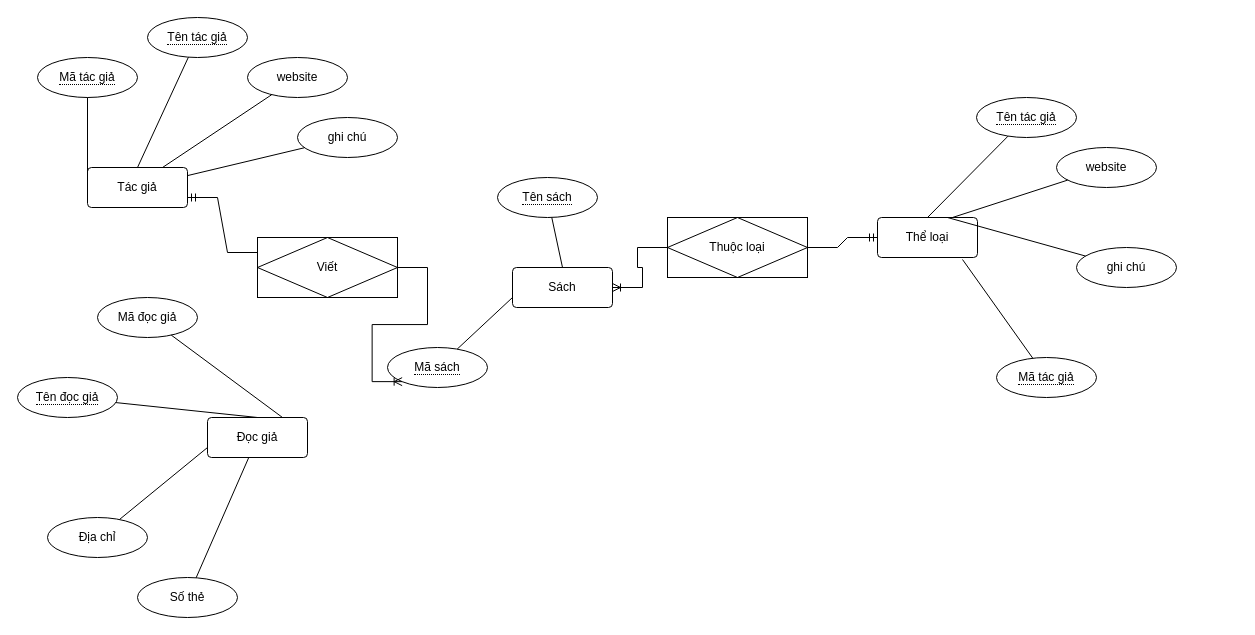
Earlier version of the draw.io diagram Biểu đồ không có tiêu đề.drawio (NhanNgocThach/Data_library). Source tidied: cells renumbered, new cells numbered last; positions are measured from the earlier drawing's top-left corner, leaving out a move shared by most shapes. Both pictures are drawn from the tidied source at 100%, with x=0, y=0 at pixel (17, 17).
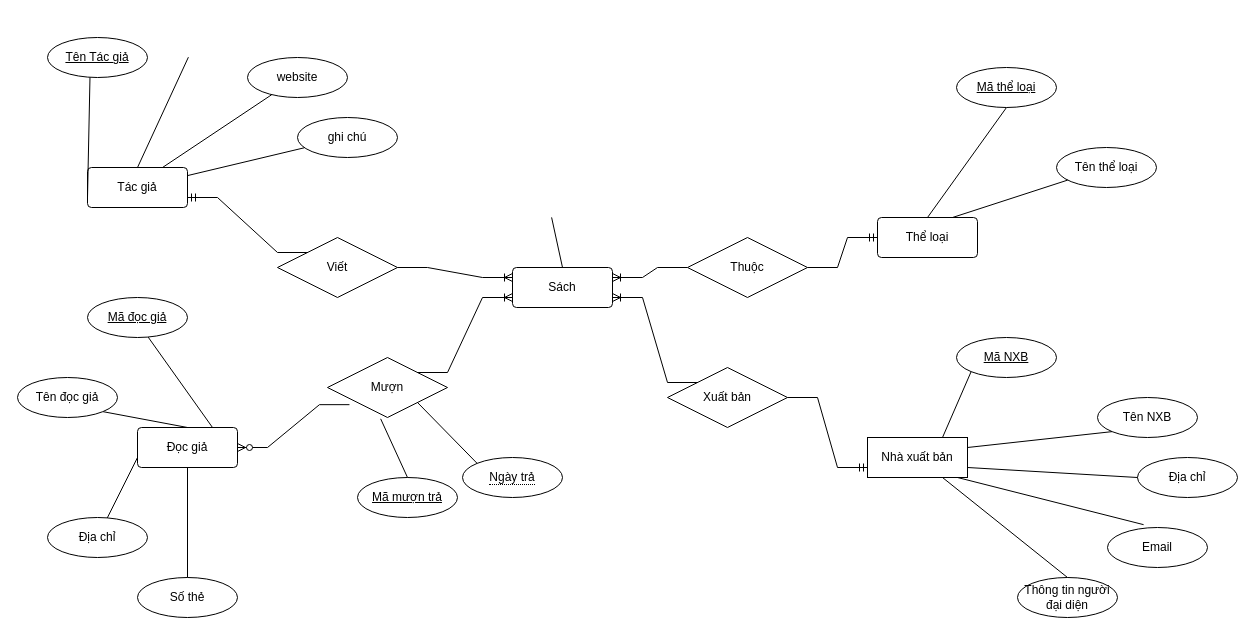
The same diagram, later.

Commit message:
Cập nhật Biểu đồ không có tiêu đề.drawio

The change refers to these unchanged cells:
```xml
<mxCell id="2" value="Tác giả" style="rounded=1;arcSize=10;whiteSpace=wrap;html=1;align=center;" parent="1" vertex="1">
  <mxGeometry x="70" y="150" width="100" height="40" as="geometry" />
</mxCell>
<mxCell id="11" value="Sách" style="rounded=1;arcSize=10;whiteSpace=wrap;html=1;align=center;" parent="1" vertex="1">
  <mxGeometry x="495" y="250" width="100" height="40" as="geometry" />
</mxCell>
<mxCell id="25" value="Thể loại" style="rounded=1;arcSize=10;whiteSpace=wrap;html=1;align=center;" parent="1" vertex="1">
  <mxGeometry x="860" y="200" width="100" height="40" as="geometry" />
</mxCell>
```

Diff of the diagram source:
```diff
@@
-    <mxCell id="4" value="&lt;span style=&quot;border-bottom: 1px dotted&quot;&gt;Tên tác giả&lt;/span&gt;" style="ellipse;whiteSpace=wrap;html=1;align=center;" parent="1" vertex="1">
-      <mxGeometry x="130" width="100" height="40" as="geometry" />
-    </mxCell>
-    <mxCell id="5" value="&lt;span style=&quot;border-bottom: 1px dotted&quot;&gt;Mã tác giả&lt;/span&gt;" style="ellipse;whiteSpace=wrap;html=1;align=center;" parent="1" vertex="1">
-      <mxGeometry x="20" y="40" width="100" height="40" as="geometry" />
-    </mxCell>
@@
-    <mxCell id="7" style="endArrow=none;html=1;rounded=0;entryX=0;entryY=0.75;entryDx=0;entryDy=0;" parent="1" edge="1" source="5" target="2">
+    <mxCell id="7" style="endArrow=none;html=1;rounded=0;entryX=0;entryY=0.75;entryDx=0;entryDy=0;exitX=0.425;exitY=0.974;exitDx=0;exitDy=0;exitPerimeter=0;" parent="1" edge="1" source="46" target="2">
       <mxGeometry relative="1" as="geometry" />
     </mxCell>
@@
-    <mxCell id="9" style="endArrow=none;html=1;rounded=0;exitX=0.5;exitY=0;exitDx=0;exitDy=0;" parent="1" edge="1" source="2" target="4">
-      <mxGeometry relative="1" as="geometry" />
+    <mxCell id="9" style="endArrow=none;html=1;rounded=0;exitX=0.5;exitY=0;exitDx=0;exitDy=0;" parent="1" edge="1" source="2">
+      <mxGeometry relative="1" as="geometry">
+        <mxPoint x="170.9" y="39.7" as="targetPoint" />
+      </mxGeometry>
     </mxCell>
@@
-    <mxCell id="12" value="&lt;span style=&quot;border-bottom: 1px dotted&quot;&gt;Tên sách&lt;/span&gt;" style="ellipse;whiteSpace=wrap;html=1;align=center;" parent="1" vertex="1">
-      <mxGeometry x="480" y="160" width="100" height="40" as="geometry" />
-    </mxCell>
-    <mxCell id="13" value="&lt;span style=&quot;border-bottom: 1px dotted&quot;&gt;Mã sách&lt;/span&gt;" style="ellipse;whiteSpace=wrap;html=1;align=center;" parent="1" vertex="1">
-      <mxGeometry x="370" y="330" width="100" height="40" as="geometry" />
-    </mxCell>
-    <mxCell id="14" style="endArrow=none;html=1;rounded=0;entryX=0;entryY=0.75;entryDx=0;entryDy=0;" parent="1" edge="1" source="13" target="11">
-      <mxGeometry relative="1" as="geometry" />
-    </mxCell>
-    <mxCell id="15" style="endArrow=none;html=1;rounded=0;exitX=0.5;exitY=0;exitDx=0;exitDy=0;" parent="1" edge="1" source="11" target="12">
-      <mxGeometry relative="1" as="geometry" />
+    <mxCell id="15" style="endArrow=none;html=1;rounded=0;exitX=0.5;exitY=0;exitDx=0;exitDy=0;" parent="1" edge="1" source="11">
+      <mxGeometry relative="1" as="geometry">
+        <mxPoint x="534.1" y="199.9" as="targetPoint" />
+      </mxGeometry>
     </mxCell>
     <mxCell id="16" value="Đọc giả" style="rounded=1;arcSize=10;whiteSpace=wrap;html=1;align=center;" parent="1" vertex="1">
-      <mxGeometry x="190" y="400" width="100" height="40" as="geometry" />
+      <mxGeometry x="120" y="410" width="100" height="40" as="geometry" />
     </mxCell>
-    <mxCell id="17" value="Mã đọc giả" style="ellipse;whiteSpace=wrap;html=1;align=center;" parent="1" vertex="1">
-      <mxGeometry x="80" y="280" width="100" height="40" as="geometry" />
-    </mxCell>
-    <mxCell id="18" value="&lt;span style=&quot;border-bottom: 1px dotted&quot;&gt;Tên đọc giả&lt;/span&gt;" style="ellipse;whiteSpace=wrap;html=1;align=center;" parent="1" vertex="1">
-      <mxGeometry y="360" width="100" height="40" as="geometry" />
-    </mxCell>
@@
-    <mxCell id="23" style="endArrow=none;html=1;rounded=0;exitX=0.5;exitY=0;exitDx=0;exitDy=0;" parent="1" edge="1" source="16" target="18">
+    <mxCell id="23" style="endArrow=none;html=1;rounded=0;exitX=0.5;exitY=0;exitDx=0;exitDy=0;entryX=1;entryY=1;entryDx=0;entryDy=0;" parent="1" edge="1" source="16" target="18">
       <mxGeometry relative="1" as="geometry" />
     </mxCell>
-    <mxCell id="24" style="endArrow=none;html=1;rounded=0;exitX=0.75;exitY=0;exitDx=0;exitDy=0;" parent="1" edge="1" source="16" target="17">
+    <mxCell id="24" style="endArrow=none;html=1;rounded=0;exitX=0.75;exitY=0;exitDx=0;exitDy=0;entryX=0.602;entryY=0.974;entryDx=0;entryDy=0;entryPerimeter=0;" parent="1" edge="1" source="16" target="17">
       <mxGeometry relative="1" as="geometry" />
     </mxCell>
@@
-    <mxCell id="26" value="website" style="ellipse;whiteSpace=wrap;html=1;align=center;" parent="1" vertex="1">
+    <mxCell id="26" value="Tên thể loại" style="ellipse;whiteSpace=wrap;html=1;align=center;" parent="1" vertex="1">
       <mxGeometry x="1039" y="130" width="100" height="40" as="geometry" />
     </mxCell>
-    <mxCell id="27" value="&lt;span style=&quot;border-bottom: 1px dotted&quot;&gt;Tên tác giả&lt;/span&gt;" style="ellipse;whiteSpace=wrap;html=1;align=center;" parent="1" vertex="1">
-      <mxGeometry x="959" y="80" width="100" height="40" as="geometry" />
-    </mxCell>
-    <mxCell id="28" value="&lt;span style=&quot;border-bottom: 1px dotted&quot;&gt;Mã tác giả&lt;/span&gt;" style="ellipse;whiteSpace=wrap;html=1;align=center;" parent="1" vertex="1">
-      <mxGeometry x="979" y="340" width="100" height="40" as="geometry" />
-    </mxCell>
-    <mxCell id="29" value="ghi chú" style="ellipse;whiteSpace=wrap;html=1;align=center;" parent="1" vertex="1">
-      <mxGeometry x="1059" y="230" width="100" height="40" as="geometry" />
-    </mxCell>
-    <mxCell id="30" style="endArrow=none;html=1;rounded=0;entryX=0.85;entryY=1.05;entryDx=0;entryDy=0;entryPerimeter=0;" parent="1" edge="1" source="28" target="25">
-      <mxGeometry relative="1" as="geometry" />
-    </mxCell>
-    <mxCell id="31" style="endArrow=none;html=1;rounded=0;" parent="1" edge="1" target="29">
-      <mxGeometry relative="1" as="geometry">
-        <mxPoint x="930" y="200" as="sourcePoint" />
-      </mxGeometry>
-    </mxCell>
-    <mxCell id="32" style="endArrow=none;html=1;rounded=0;exitX=0.5;exitY=0;exitDx=0;exitDy=0;" parent="1" edge="1" source="25" target="27">
+    <mxCell id="32" style="endArrow=none;html=1;rounded=0;exitX=0.5;exitY=0;exitDx=0;exitDy=0;entryX=0.5;entryY=1;entryDx=0;entryDy=0;" parent="1" edge="1" source="25" target="47">
       <mxGeometry relative="1" as="geometry" />
     </mxCell>
@@
-    <mxCell id="34" value="Viết" style="shape=associativeEntity;whiteSpace=wrap;html=1;align=center;" parent="1" vertex="1">
-      <mxGeometry x="240" y="220" width="140" height="60" as="geometry" />
-    </mxCell>
-    <mxCell id="35" style="edgeStyle=entityRelationEdgeStyle;fontSize=12;html=1;endArrow=ERoneToMany;rounded=0;entryX=0;entryY=1;entryDx=0;entryDy=0;exitX=1;exitY=0.5;exitDx=0;exitDy=0;" parent="1" edge="1" source="34" target="13">
-      <mxGeometry relative="1" as="geometry" />
-    </mxCell>
-    <mxCell id="36" style="edgeStyle=entityRelationEdgeStyle;fontSize=12;html=1;endArrow=ERmandOne;rounded=0;exitX=0;exitY=0.25;exitDx=0;exitDy=0;entryX=1;entryY=0.75;entryDx=0;entryDy=0;" parent="1" edge="1" source="34" target="2">
+    <mxCell id="36" style="edgeStyle=entityRelationEdgeStyle;fontSize=12;html=1;endArrow=ERmandOne;rounded=0;exitX=0;exitY=0;exitDx=0;exitDy=0;entryX=1;entryY=0.75;entryDx=0;entryDy=0;" parent="1" edge="1" source="34" target="2">
       <mxGeometry relative="1" as="geometry" />
     </mxCell>
-    <mxCell id="37" value="Thuộc loại" style="shape=associativeEntity;whiteSpace=wrap;html=1;align=center;" parent="1" vertex="1">
-      <mxGeometry x="650" y="200" width="140" height="60" as="geometry" />
-    </mxCell>
-    <mxCell id="38" style="edgeStyle=orthogonalEdgeStyle;rounded=0;orthogonalLoop=1;jettySize=auto;html=1;exitX=0.5;exitY=1;exitDx=0;exitDy=0;" parent="1" edge="1" source="12" target="12">
-      <mxGeometry relative="1" as="geometry" />
+    <mxCell id="38" style="edgeStyle=orthogonalEdgeStyle;rounded=0;orthogonalLoop=1;jettySize=auto;html=1;exitX=0.5;exitY=1;exitDx=0;exitDy=0;" parent="1" edge="1">
+      <mxGeometry relative="1" as="geometry">
+        <mxPoint x="530" y="200" as="sourcePoint" />
+        <mxPoint x="530" y="200" as="targetPoint" />
+      </mxGeometry>
     </mxCell>
-    <mxCell id="39" style="edgeStyle=entityRelationEdgeStyle;fontSize=12;html=1;endArrow=ERoneToMany;rounded=0;entryX=1;entryY=0.5;entryDx=0;entryDy=0;exitX=0;exitY=0.5;exitDx=0;exitDy=0;" parent="1" edge="1" source="37" target="11">
+    <mxCell id="39" style="edgeStyle=entityRelationEdgeStyle;fontSize=12;html=1;endArrow=ERoneToMany;rounded=0;entryX=1;entryY=0.25;entryDx=0;entryDy=0;" parent="1" edge="1" source="41" target="11">
       <mxGeometry relative="1" as="geometry" />
     </mxCell>
-    <mxCell id="40" style="edgeStyle=entityRelationEdgeStyle;fontSize=12;html=1;endArrow=ERmandOne;rounded=0;exitX=1;exitY=0.5;exitDx=0;exitDy=0;" parent="1" edge="1" source="37" target="25">
+    <mxCell id="40" style="edgeStyle=entityRelationEdgeStyle;fontSize=12;html=1;endArrow=ERmandOne;rounded=0;" parent="1" edge="1" source="41" target="25">
       <mxGeometry relative="1" as="geometry" />
     </mxCell>
+    <mxCell id="34" value="Viết" style="shape=rhombus;perimeter=rhombusPerimeter;whiteSpace=wrap;html=1;align=center;" parent="1" vertex="1">
+      <mxGeometry x="260" y="220" width="120" height="60" as="geometry" />
+    </mxCell>
+    <mxCell id="41" value="Thuộc" style="shape=rhombus;perimeter=rhombusPerimeter;whiteSpace=wrap;html=1;align=center;" parent="1" vertex="1">
+      <mxGeometry x="670" y="220" width="120" height="60" as="geometry" />
+    </mxCell>
+    <mxCell id="42" value="Mượn" style="shape=rhombus;perimeter=rhombusPerimeter;whiteSpace=wrap;html=1;align=center;" parent="1" vertex="1">
+      <mxGeometry x="310" y="340" width="120" height="60" as="geometry" />
+    </mxCell>
+    <mxCell id="43" style="edgeStyle=entityRelationEdgeStyle;fontSize=12;html=1;endArrow=ERoneToMany;rounded=0;entryX=0;entryY=0.25;entryDx=0;entryDy=0;exitX=1;exitY=0.5;exitDx=0;exitDy=0;" parent="1" edge="1" source="34" target="11">
+      <mxGeometry relative="1" as="geometry" />
+    </mxCell>
+    <mxCell id="44" style="edgeStyle=entityRelationEdgeStyle;fontSize=12;html=1;endArrow=ERzeroToMany;endFill=1;rounded=0;exitX=0.183;exitY=0.786;exitDx=0;exitDy=0;entryX=1;entryY=0.5;entryDx=0;entryDy=0;exitPerimeter=0;" parent="1" edge="1" source="42" target="16">
+      <mxGeometry relative="1" as="geometry" />
+    </mxCell>
+    <mxCell id="45" style="edgeStyle=entityRelationEdgeStyle;fontSize=12;html=1;endArrow=ERoneToMany;rounded=0;entryX=0;entryY=0.75;entryDx=0;entryDy=0;exitX=1;exitY=0;exitDx=0;exitDy=0;" parent="1" edge="1" source="42" target="11">
+      <mxGeometry relative="1" as="geometry" />
+    </mxCell>
+    <mxCell id="46" value="Tên Tác giả" style="ellipse;whiteSpace=wrap;html=1;align=center;fontStyle=4;" parent="1" vertex="1">
+      <mxGeometry x="30" y="20" width="100" height="40" as="geometry" />
+    </mxCell>
+    <mxCell id="47" value="Mã thể loại" style="ellipse;whiteSpace=wrap;html=1;align=center;fontStyle=4;" parent="1" vertex="1">
+      <mxGeometry x="939" y="50" width="100" height="40" as="geometry" />
+    </mxCell>
+    <mxCell id="17" value="Mã đọc giả" style="ellipse;whiteSpace=wrap;html=1;align=center;fontStyle=4;" parent="1" vertex="1">
+      <mxGeometry x="70" y="280" width="100" height="40" as="geometry" />
+    </mxCell>
+    <mxCell id="48" value="&lt;span style=&quot;border-bottom: 1px dotted&quot;&gt;Ngày trả&lt;/span&gt;" style="ellipse;whiteSpace=wrap;html=1;align=center;" parent="1" vertex="1">
+      <mxGeometry x="445" y="440" width="100" height="40" as="geometry" />
+    </mxCell>
+    <mxCell id="49" value="Mã mượn trả" style="ellipse;whiteSpace=wrap;html=1;align=center;fontStyle=4;" parent="1" vertex="1">
+      <mxGeometry x="340" y="460" width="100" height="40" as="geometry" />
+    </mxCell>
+    <mxCell id="50" style="endArrow=none;html=1;rounded=0;entryX=0.5;entryY=0;entryDx=0;entryDy=0;exitX=0.443;exitY=1.022;exitDx=0;exitDy=0;exitPerimeter=0;" parent="1" edge="1" source="42" target="49">
+      <mxGeometry relative="1" as="geometry" />
+    </mxCell>
+    <mxCell id="51" style="endArrow=none;html=1;rounded=0;exitX=1;exitY=1;exitDx=0;exitDy=0;entryX=0;entryY=0;entryDx=0;entryDy=0;" parent="1" edge="1" source="42" target="48">
+      <mxGeometry relative="1" as="geometry" />
+    </mxCell>
+    <mxCell id="52" value="Nhà xuất bản" style="whiteSpace=wrap;html=1;align=center;" parent="1" vertex="1">
+      <mxGeometry x="850" y="420" width="100" height="40" as="geometry" />
+    </mxCell>
+    <mxCell id="53" value="Xuất bản" style="shape=rhombus;perimeter=rhombusPerimeter;whiteSpace=wrap;html=1;align=center;" parent="1" vertex="1">
+      <mxGeometry x="650" y="350" width="120" height="60" as="geometry" />
+    </mxCell>
+    <mxCell id="54" style="edgeStyle=entityRelationEdgeStyle;fontSize=12;html=1;endArrow=ERmandOne;rounded=0;entryX=0;entryY=0.75;entryDx=0;entryDy=0;" parent="1" edge="1" source="53" target="52">
+      <mxGeometry relative="1" as="geometry" />
+    </mxCell>
+    <mxCell id="55" style="edgeStyle=entityRelationEdgeStyle;fontSize=12;html=1;endArrow=ERoneToMany;rounded=0;exitX=0;exitY=0;exitDx=0;exitDy=0;entryX=1;entryY=0.75;entryDx=0;entryDy=0;" parent="1" edge="1" source="53" target="11">
+      <mxGeometry relative="1" as="geometry" />
+    </mxCell>
+    <mxCell id="18" value="Tên đọc giả" style="ellipse;whiteSpace=wrap;html=1;align=center;" parent="1" vertex="1">
+      <mxGeometry y="360" width="100" height="40" as="geometry" />
+    </mxCell>
+    <mxCell id="56" value="Tên NXB" style="ellipse;whiteSpace=wrap;html=1;align=center;" parent="1" vertex="1">
+      <mxGeometry x="1080" y="380" width="100" height="40" as="geometry" />
+    </mxCell>
+    <mxCell id="57" value="Địa chỉ" style="ellipse;whiteSpace=wrap;html=1;align=center;" parent="1" vertex="1">
+      <mxGeometry x="1120" y="440" width="100" height="40" as="geometry" />
+    </mxCell>
+    <mxCell id="58" value="Email" style="ellipse;whiteSpace=wrap;html=1;align=center;" parent="1" vertex="1">
+      <mxGeometry x="1090" y="510" width="100" height="40" as="geometry" />
+    </mxCell>
+    <mxCell id="59" value="Mã NXB" style="ellipse;whiteSpace=wrap;html=1;align=center;fontStyle=4;" parent="1" vertex="1">
+      <mxGeometry x="939" y="320" width="100" height="40" as="geometry" />
+    </mxCell>
+    <mxCell id="60" value="Thông tin người đại diện" style="ellipse;whiteSpace=wrap;html=1;align=center;" parent="1" vertex="1">
+      <mxGeometry x="1000" y="560" width="100" height="40" as="geometry" />
+    </mxCell>
+    <mxCell id="61" style="endArrow=none;html=1;rounded=0;entryX=0;entryY=1;entryDx=0;entryDy=0;exitX=0.75;exitY=0;exitDx=0;exitDy=0;" parent="1" edge="1" source="52" target="59">
+      <mxGeometry relative="1" as="geometry" />
+    </mxCell>
+    <mxCell id="62" style="endArrow=none;html=1;rounded=0;entryX=0;entryY=1;entryDx=0;entryDy=0;exitX=1;exitY=0.25;exitDx=0;exitDy=0;" parent="1" edge="1" source="52" target="56">
+      <mxGeometry relative="1" as="geometry" />
+    </mxCell>
+    <mxCell id="63" style="endArrow=none;html=1;rounded=0;entryX=0;entryY=0.5;entryDx=0;entryDy=0;exitX=1;exitY=0.75;exitDx=0;exitDy=0;" parent="1" edge="1" source="52" target="57">
+      <mxGeometry relative="1" as="geometry" />
+    </mxCell>
+    <mxCell id="64" style="endArrow=none;html=1;rounded=0;entryX=0.361;entryY=-0.071;entryDx=0;entryDy=0;entryPerimeter=0;exitX=0.9;exitY=1;exitDx=0;exitDy=0;exitPerimeter=0;" parent="1" edge="1" source="52" target="58">
+      <mxGeometry relative="1" as="geometry" />
+    </mxCell>
+    <mxCell id="65" style="endArrow=none;html=1;rounded=0;entryX=0.5;entryY=0;entryDx=0;entryDy=0;exitX=0.75;exitY=1;exitDx=0;exitDy=0;" parent="1" edge="1" source="52" target="60">
+      <mxGeometry relative="1" as="geometry" />
+    </mxCell>
```
